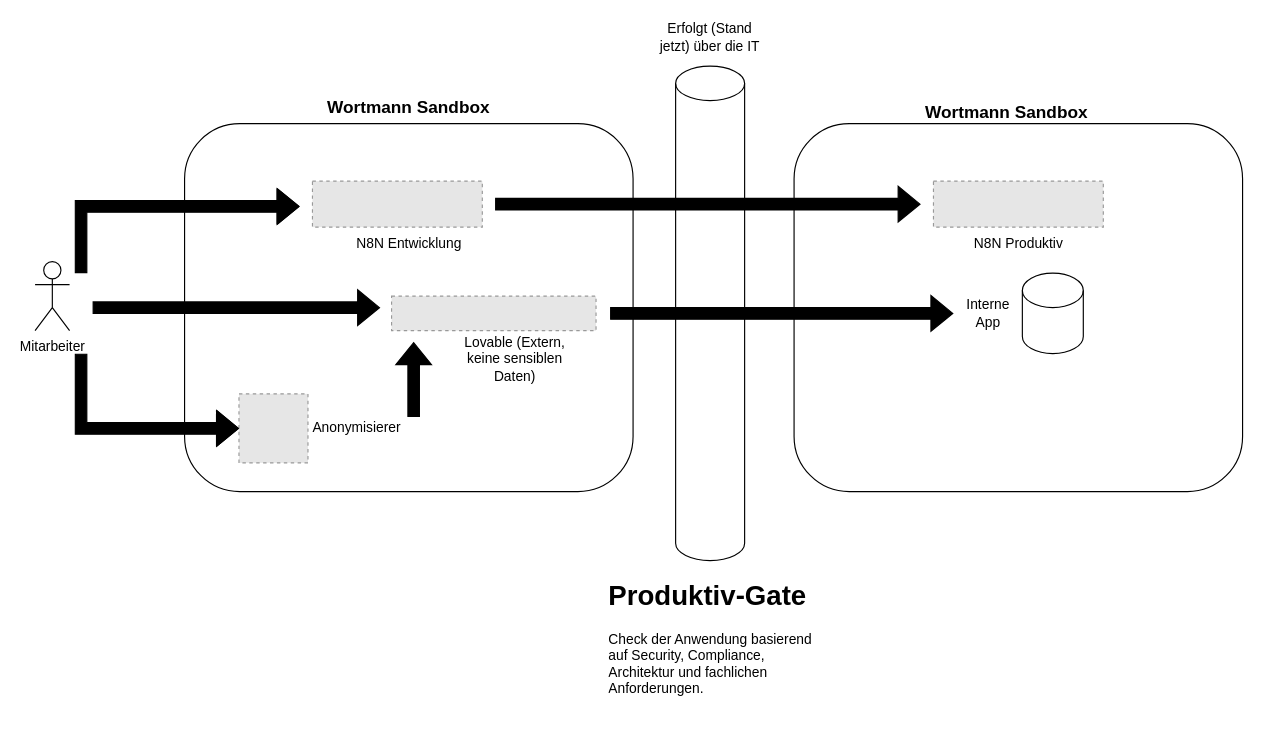
The draw.io diagram sandbox-production-process.drawio in TKraski/drawio, before the edit. Source tidied: cells renumbered, new cells numbered last; positions are measured from the earlier drawing's top-left corner, leaving out a move shared by most shapes. Both pictures are drawn from the tidied source at 115%, with x=0, y=0 at pixel (34, 20). Pictures stored in the file or linked from it are replaced by grey dashed boxes.
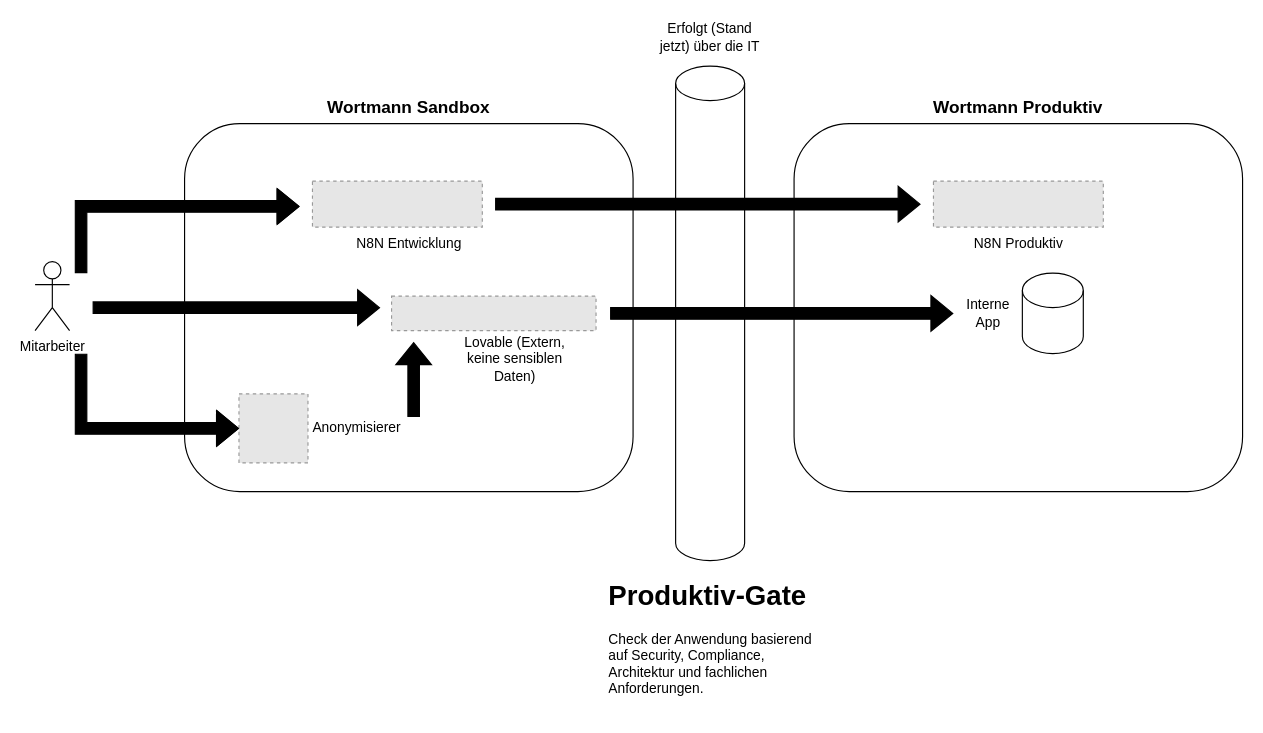
After the change.

Diff of the diagram source:
```diff
@@
-    <mxCell id="17" value="&lt;b&gt;&lt;font style=&quot;font-size: 15px;&quot;&gt;Wortmann Sandbox&lt;/font&gt;&lt;/b&gt;" style="text;html=1;whiteSpace=wrap;strokeColor=none;fillColor=none;align=center;verticalAlign=middle;rounded=0;" parent="1" vertex="1">
-      <mxGeometry x="760" y="65" width="170" height="30" as="geometry" />
+    <mxCell id="17" value="&lt;b&gt;&lt;font style=&quot;font-size: 15px;&quot;&gt;Wortmann Produktiv&lt;/font&gt;&lt;/b&gt;" style="text;html=1;whiteSpace=wrap;strokeColor=none;fillColor=none;align=center;verticalAlign=middle;rounded=0;" parent="1" vertex="1">
+      <mxGeometry x="770" y="60" width="170" height="30" as="geometry" />
     </mxCell>
```
